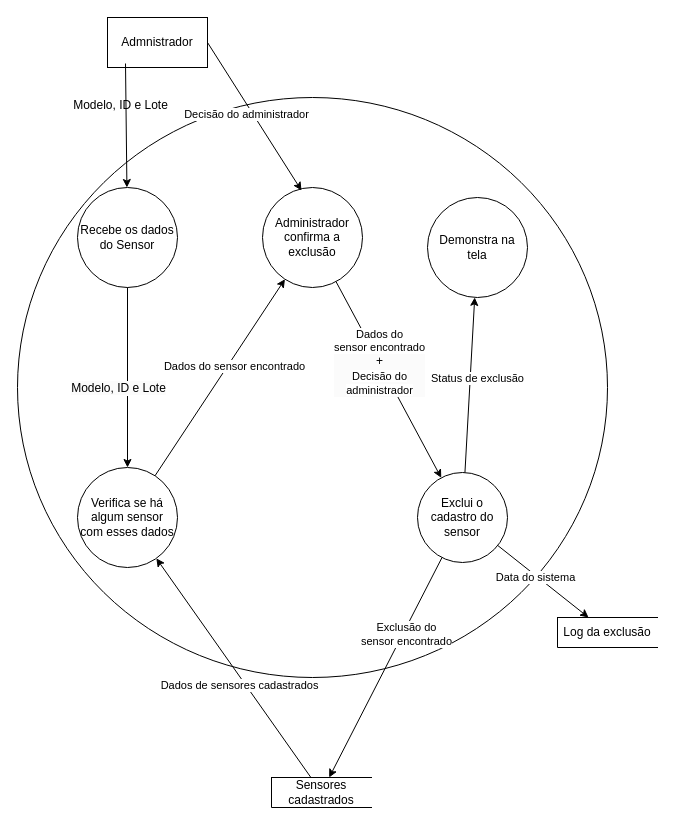
This is page "Exclui o cadastro do sensor" (3 of 5) of documentacao/Diagramas/Ações do Administrador.drawio from Nebul0Ok/SeuPaulo, a draw.io file, before an edit. Source tidied: cells renumbered, new cells numbered last; positions are measured from the earlier drawing's top-left corner, leaving out a move shared by most shapes. Both pictures are drawn from the tidied source at 100%, with x=0, y=0 at pixel (17, 17).
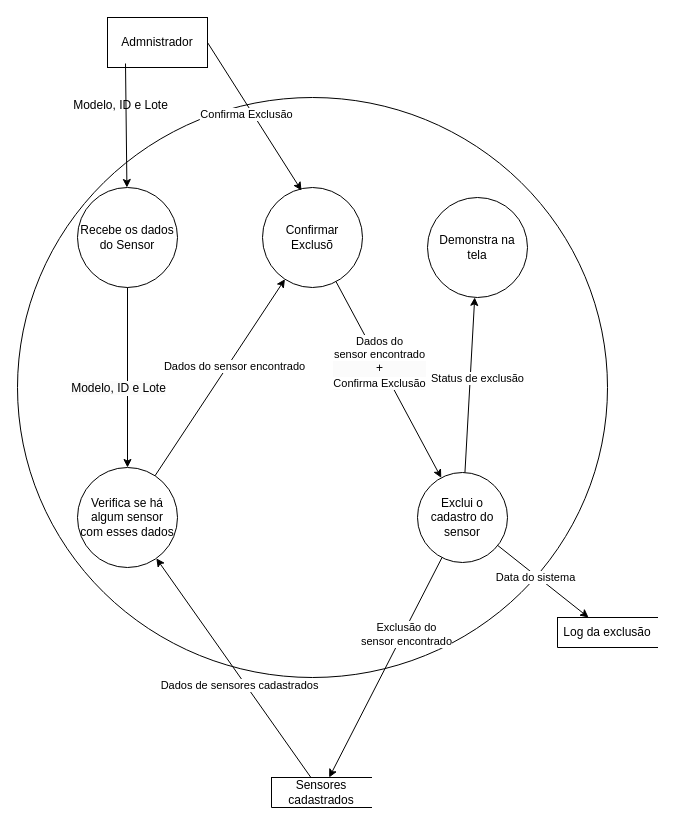
After the change.

Unchanged cells that the change refers to:
```xml
<mxCell id="18" style="endArrow=classic;html=1;rounded=0;" parent="1" edge="1" source="14" target="13">
  <mxGeometry relative="1" as="geometry" />
</mxCell>
<mxCell id="27" style="endArrow=classic;html=1;rounded=0;exitX=1;exitY=0.5;exitDx=0;exitDy=0;entryX=0.39;entryY=0.03;entryDx=0;entryDy=0;entryPerimeter=0;" parent="1" edge="1" source="2" target="14">
  <mxGeometry relative="1" as="geometry" />
</mxCell>
```

The edit, as a diff of the source:
```diff
@@
-    <mxCell id="14" value="Administrador confirma a exclusão" style="shape=ellipse;html=1;dashed=0;whiteSpace=wrap;perimeter=ellipsePerimeter;" parent="1" vertex="1">
+    <mxCell id="14" value="Confirmar Exclusõ" style="shape=ellipse;html=1;dashed=0;whiteSpace=wrap;perimeter=ellipsePerimeter;" parent="1" vertex="1">
       <mxGeometry x="245" y="170" width="100" height="100" as="geometry" />
     </mxCell>
@@
-    <mxCell id="19" value="Dados do &lt;br&gt;sensor encontrado&lt;br&gt;&lt;div style=&quot;background-color: rgb(251, 251, 251); font-size: 12px;&quot;&gt;&lt;div&gt;+&lt;/div&gt;&lt;div&gt;&lt;span style=&quot;font-size: 11px; background-color: rgb(255, 255, 255);&quot;&gt;Decisão do &lt;br&gt;administrador&lt;/span&gt;&lt;br&gt;&lt;/div&gt;&lt;/div&gt;" style="edgeLabel;html=1;align=center;verticalAlign=middle;" parent="18" vertex="1">
+    <mxCell id="19" value="Dados do &lt;br&gt;sensor encontrado&lt;br&gt;&lt;div style=&quot;background-color: rgb(251, 251, 251); font-size: 12px;&quot;&gt;&lt;div&gt;+&lt;/div&gt;&lt;div&gt;&lt;span style=&quot;font-size: 11px; background-color: rgb(255, 255, 255);&quot;&gt;Confirma Exclusão&lt;/span&gt;&lt;br&gt;&lt;/div&gt;&lt;/div&gt;" style="edgeLabel;html=1;align=center;verticalAlign=middle;" parent="18" vertex="1">
       <mxGeometry x="-0.18" relative="1" as="geometry" />
     </mxCell>
@@
-    <mxCell id="28" value="Decisão do administrador" style="edgeLabel;html=1;align=center;verticalAlign=middle;" parent="27" vertex="1">
+    <mxCell id="28" value="Confirma Exclusão" style="edgeLabel;html=1;align=center;verticalAlign=middle;" parent="27" vertex="1">
       <mxGeometry x="0.17" relative="1" as="geometry">
         <mxPoint x="-17" y="-15" as="offset" />
       </mxGeometry>
     </mxCell>
```
